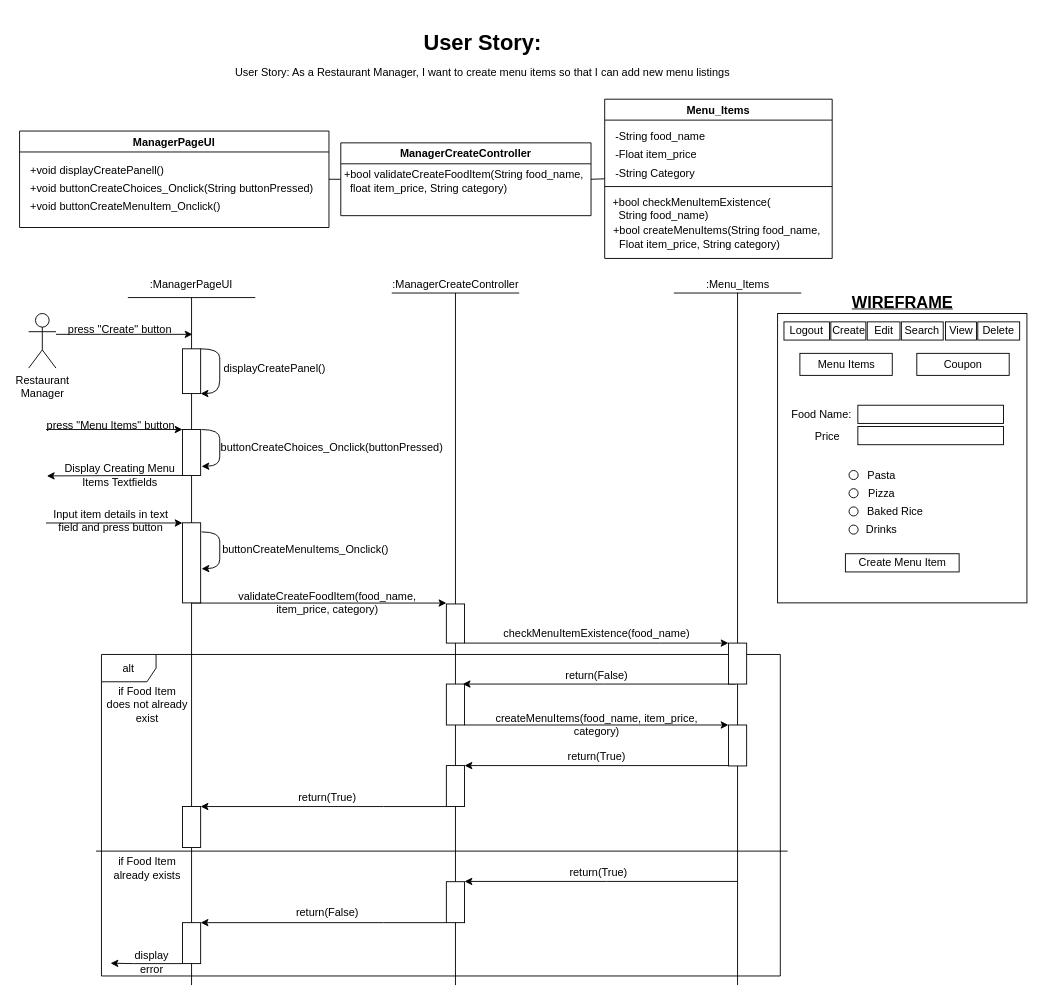
Above: BCE_UML_and_Diagrams/RestaurantManager/RestaurantManager_CreateItems(#15)/UserStory#15_CreateItems.drawio in extred5700/JAVAGUI-Restaurant-Table-Order-System (draw.io), before the change. Source tidied: cells renumbered, new cells numbered last; positions are measured from the earlier drawing's top-left corner, leaving out a move shared by most shapes. Both pictures are drawn from the tidied source at 91%, with x=0, y=0 at pixel (19, 25).
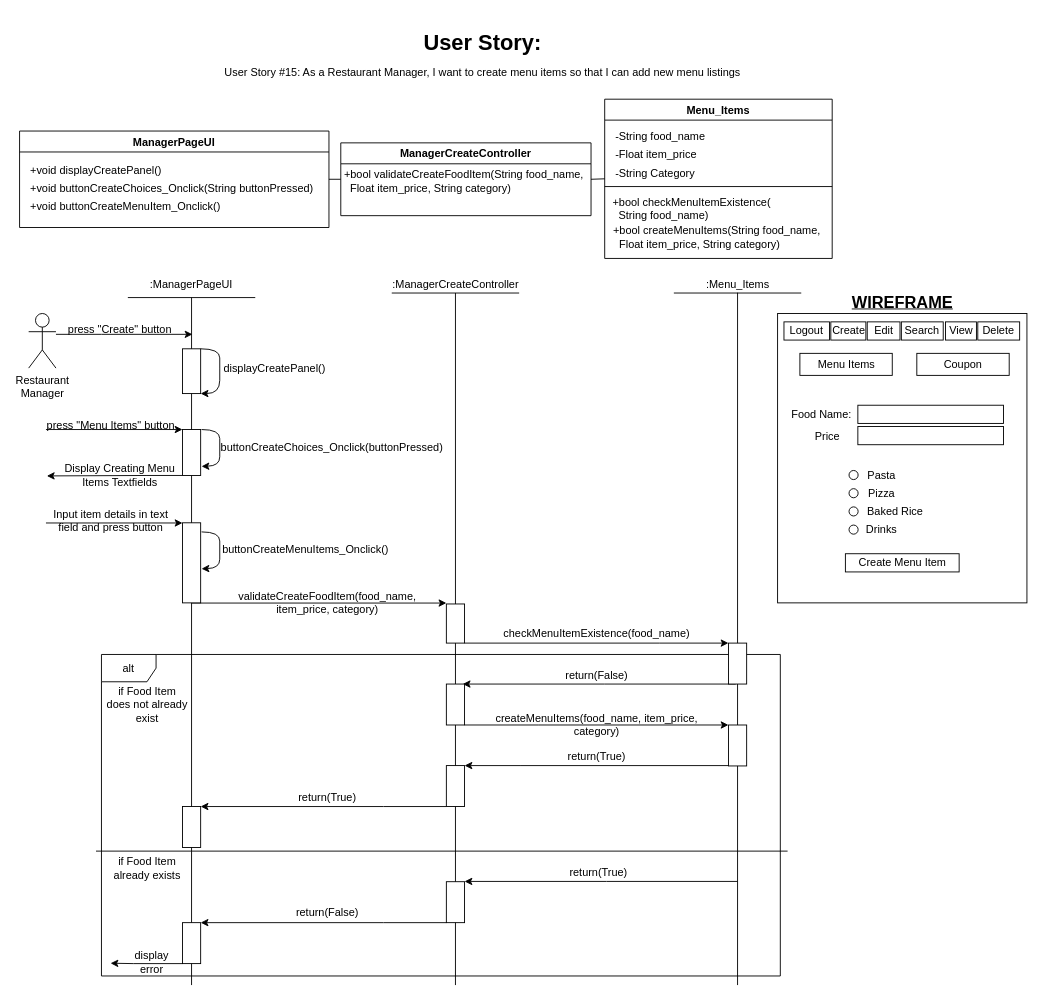
After the change.

Unchanged cells that the change refers to:
```xml
<mxCell id="4" value="ManagerPageUI" style="swimlane;" parent="1" vertex="1">
  <mxGeometry y="116.5" width="340" height="106" as="geometry" />
</mxCell>
<mxCell id="8" value="ManagerCreateController" style="swimlane;startSize=23;" parent="1" vertex="1">
  <mxGeometry x="353" y="129.5" width="275" height="80" as="geometry" />
</mxCell>
```

The edit, as a diff of the source:
```diff
@@
-    <mxCell id="5" value="+void displayCreatePanell()" style="text;html=1;align=left;verticalAlign=middle;strokeColor=none;fillColor=none;" parent="4" vertex="1">
+    <mxCell id="5" value="+void displayCreatePanel()" style="text;html=1;align=left;verticalAlign=middle;strokeColor=none;fillColor=none;" parent="4" vertex="1">
       <mxGeometry x="10" y="33" width="160" height="20" as="geometry" />
     </mxCell>
@@
-    <mxCell id="9" value="&lt;div style=&quot;text-align: left&quot;&gt;+bool validateCreateFoodItem(String food_name,&lt;/div&gt;&lt;div style=&quot;text-align: left&quot;&gt;&amp;nbsp; float item_price, String category)&lt;/div&gt;" style="text;html=1;align=center;verticalAlign=middle;strokeColor=none;fillColor=none;" parent="8" vertex="1">
+    <mxCell id="9" value="&lt;div style=&quot;text-align: left&quot;&gt;+bool validateCreateFoodItem(String food_name,&lt;/div&gt;&lt;div style=&quot;text-align: left&quot;&gt;&amp;nbsp; Float item_price, String category)&lt;/div&gt;" style="text;html=1;align=center;verticalAlign=middle;strokeColor=none;fillColor=none;" parent="8" vertex="1">
       <mxGeometry x="-5" y="27" width="280" height="30" as="geometry" />
     </mxCell>
@@
-    <mxCell id="56" value="&lt;h1&gt;User Story:&lt;br&gt;&lt;font style=&quot;font-size: 12px ; font-weight: normal&quot;&gt;User Story: As a Restaurant Manager, I want to create menu items so that I can add new menu listings&lt;/font&gt;&lt;/h1&gt;" style="text;html=1;strokeColor=none;fillColor=none;spacing=5;spacingTop=-20;whiteSpace=wrap;overflow=hidden;rounded=0;align=center;" parent="1" vertex="1">
+    <mxCell id="56" value="&lt;h1&gt;User Story:&lt;br&gt;&lt;font style=&quot;font-size: 12px ; font-weight: normal&quot;&gt;User Story #15: As a Restaurant Manager, I want to create menu items so that I can add new menu listings&lt;/font&gt;&lt;/h1&gt;" style="text;html=1;strokeColor=none;fillColor=none;spacing=5;spacingTop=-20;whiteSpace=wrap;overflow=hidden;rounded=0;align=center;" parent="1" vertex="1">
       <mxGeometry x="219" width="580" height="100" as="geometry" />
     </mxCell>
```
